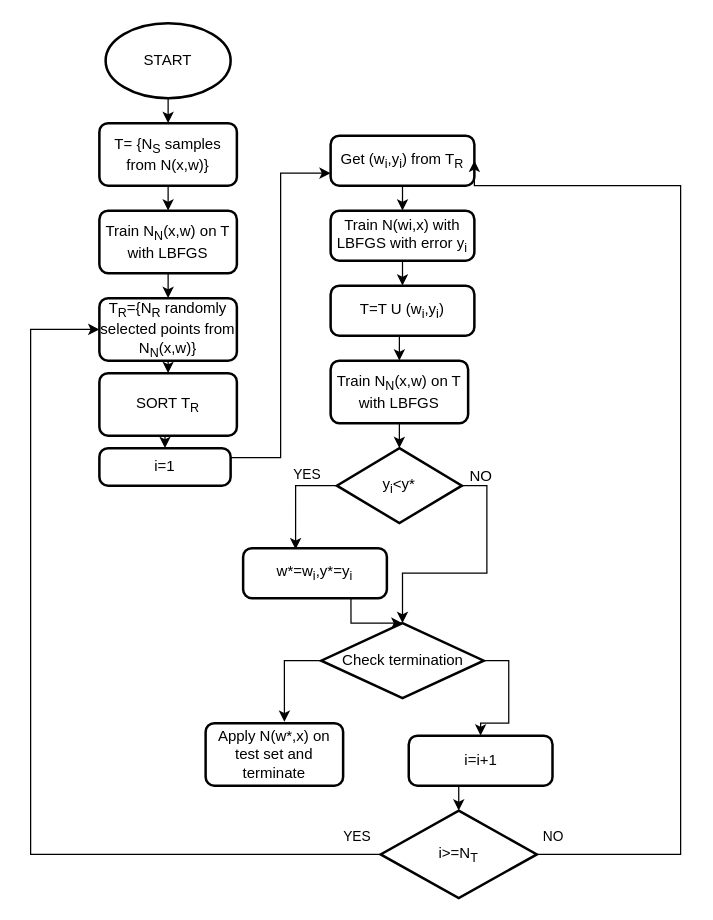
itsoulos/OPTIMUS keeps this draw.io diagram as doc/NEURALMIN4MLP/diagram.drawio. Above is the earlier version. Source tidied: cells renumbered, new cells numbered last; positions are measured from the earlier drawing's top-left corner, leaving out a move shared by most shapes. Both pictures are drawn from the tidied source at 125%, with x=0, y=0 at pixel (30, 22).
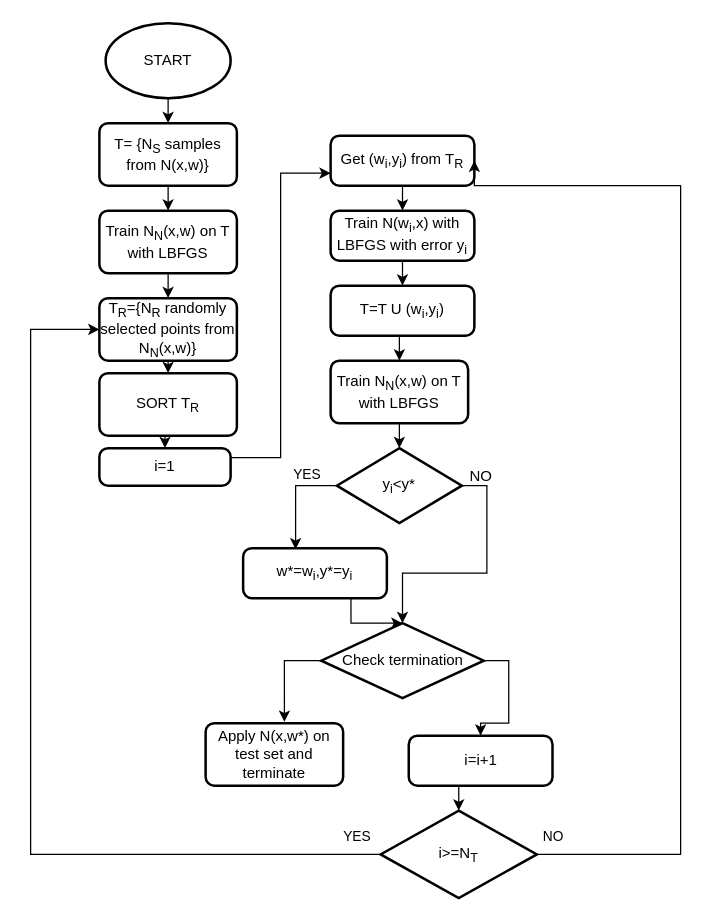
The same diagram, later.

The edit, as a diff of the source:
```diff
@@
-    <mxCell id="17" value="Train N(wi,x) with LBFGS with error y&lt;sub&gt;i&lt;/sub&gt;" style="rounded=1;whiteSpace=wrap;html=1;absoluteArcSize=1;arcSize=14;strokeWidth=2;" parent="1" vertex="1">
+    <mxCell id="17" value="Train N(w&lt;sub&gt;i&lt;/sub&gt;,x) with LBFGS with error y&lt;sub&gt;i&lt;/sub&gt;" style="rounded=1;whiteSpace=wrap;html=1;absoluteArcSize=1;arcSize=14;strokeWidth=2;" parent="1" vertex="1">
       <mxGeometry x="240" y="150" width="115" height="40" as="geometry" />
     </mxCell>
@@
-    <mxCell id="32" value="Apply N(w*,x) on test set and terminate" style="rounded=1;whiteSpace=wrap;html=1;absoluteArcSize=1;arcSize=14;strokeWidth=2;" parent="1" vertex="1">
+    <mxCell id="32" value="Apply N(x,w*) on test set and terminate" style="rounded=1;whiteSpace=wrap;html=1;absoluteArcSize=1;arcSize=14;strokeWidth=2;" parent="1" vertex="1">
       <mxGeometry x="140" y="560" width="110" height="50" as="geometry" />
     </mxCell>
```
